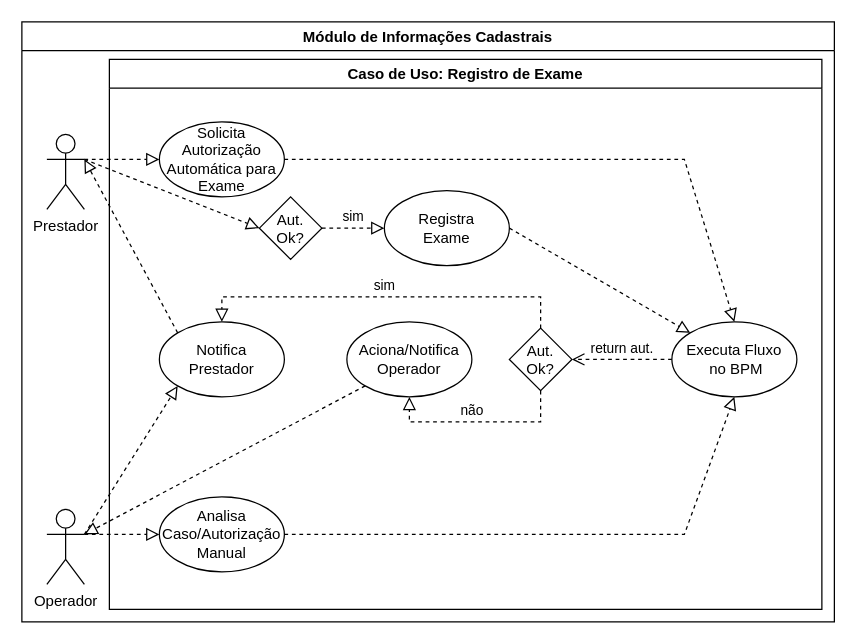
kikoluiss/tcc-puc keeps this draw.io diagram as page "Reg-Exame" (5 of 5) of PUC-GISA-M1.drawio. Above is the earlier version. Source tidied: cells renumbered, new cells numbered last; positions are measured from the earlier drawing's top-left corner, leaving out a move shared by most shapes. Both pictures are drawn from the tidied source at 125%, with x=0, y=0 at pixel (21, 21).
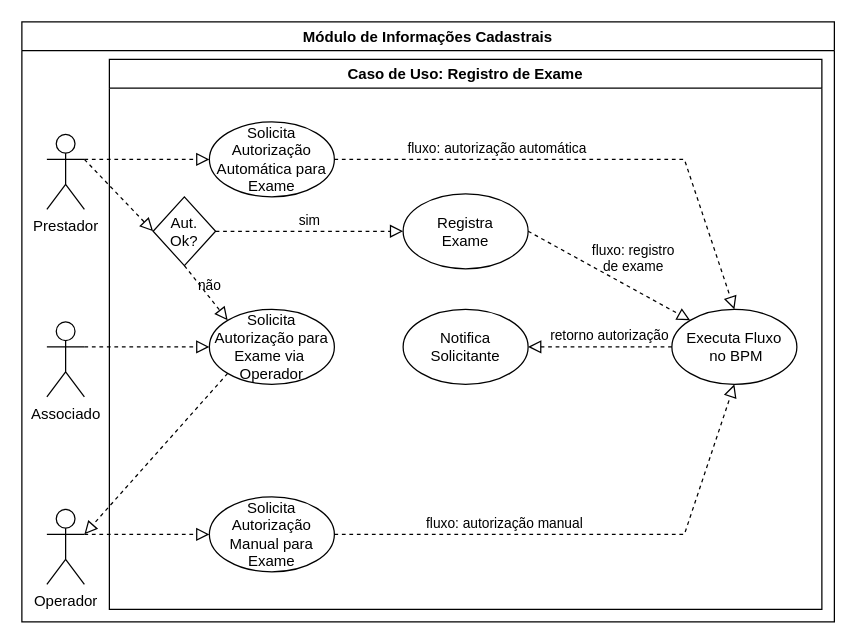
After the change.

Unchanged cells that the change refers to:
```xml
<mxCell id="2" value="Módulo de Informações Cadastrais" style="swimlane;" parent="1" vertex="1">
  <mxGeometry width="650" height="480" as="geometry" />
</mxCell>
<mxCell id="3" value="Prestador" style="shape=umlActor;verticalLabelPosition=bottom;verticalAlign=top;html=1;outlineConnect=0;" parent="2" vertex="1">
  <mxGeometry x="20" y="90" width="30" height="60" as="geometry" />
</mxCell>
<mxCell id="4" value="Caso de Uso: Registro de Exame" style="swimlane;" parent="2" vertex="1">
  <mxGeometry x="70" y="30" width="570" height="440" as="geometry" />
</mxCell>
<mxCell id="21" value="Operador" style="shape=umlActor;verticalLabelPosition=bottom;verticalAlign=top;html=1;outlineConnect=0;" parent="2" vertex="1">
  <mxGeometry x="20" y="390" width="30" height="60" as="geometry" />
</mxCell>
```

Change to the diagram source:
```diff
@@
     <mxCell id="5" value="Solicita Autorização Automática para Exame" style="ellipse;whiteSpace=wrap;html=1;align=center;newEdgeStyle={&quot;edgeStyle&quot;:&quot;entityRelationEdgeStyle&quot;,&quot;startArrow&quot;:&quot;none&quot;,&quot;endArrow&quot;:&quot;none&quot;,&quot;segment&quot;:10,&quot;curved&quot;:1};" parent="4" vertex="1">
-      <mxGeometry x="40" y="50" width="100" height="60" as="geometry" />
+      <mxGeometry x="80" y="50" width="100" height="60" as="geometry" />
     </mxCell>
     <mxCell id="6" value="Executa Fluxo&lt;br&gt;&amp;nbsp;no BPM" style="ellipse;whiteSpace=wrap;html=1;align=center;newEdgeStyle={&quot;edgeStyle&quot;:&quot;entityRelationEdgeStyle&quot;,&quot;startArrow&quot;:&quot;none&quot;,&quot;endArrow&quot;:&quot;none&quot;,&quot;segment&quot;:10,&quot;curved&quot;:1};" parent="4" vertex="1">
-      <mxGeometry x="450" y="210" width="100" height="60" as="geometry" />
+      <mxGeometry x="450" y="200" width="100" height="60" as="geometry" />
     </mxCell>
-    <mxCell id="7" value="Aut.&#10;Ok?" style="rhombus;" parent="4" vertex="1">
-      <mxGeometry x="320" y="215" width="50" height="50" as="geometry" />
-    </mxCell>
-    <mxCell id="8" style="endArrow=block;startArrow=none;endFill=0;startFill=0;endSize=8;html=1;verticalAlign=bottom;dashed=1;labelBackgroundColor=none;rounded=0;entryX=0.5;entryY=0;entryDx=0;entryDy=0;exitX=1;exitY=0.5;exitDx=0;exitDy=0;" parent="4" edge="1" source="5" target="6">
-      <mxGeometry relative="1" as="geometry">
+    <mxCell id="8" value="fluxo: autorização automática" style="endArrow=block;startArrow=none;endFill=0;startFill=0;endSize=8;html=1;verticalAlign=bottom;dashed=1;labelBackgroundColor=none;rounded=0;entryX=0.5;entryY=0;entryDx=0;entryDy=0;exitX=1;exitY=0.5;exitDx=0;exitDy=0;" parent="4" edge="1" source="5" target="6">
+      <mxGeometry x="-0.36" relative="1" as="geometry">
         <Array as="points">
           <mxPoint x="460" y="80" />
         </Array>
       </mxGeometry>
     </mxCell>
-    <mxCell id="9" value="sim" style="endArrow=block;startArrow=none;endFill=0;startFill=0;endSize=8;html=1;verticalAlign=bottom;dashed=1;labelBackgroundColor=none;rounded=0;exitX=0.5;exitY=0;exitDx=0;exitDy=0;entryX=0.5;entryY=0;entryDx=0;entryDy=0;" parent="4" edge="1" source="7" target="16">
-      <mxGeometry relative="1" as="geometry">
-        <Array as="points">
-          <mxPoint x="345" y="190" />
-          <mxPoint x="90" y="190" />
-        </Array>
-      </mxGeometry>
-    </mxCell>
-    <mxCell id="10" value="Aciona/Notifica&lt;br&gt;Operador" style="ellipse;whiteSpace=wrap;html=1;align=center;newEdgeStyle={&quot;edgeStyle&quot;:&quot;entityRelationEdgeStyle&quot;,&quot;startArrow&quot;:&quot;none&quot;,&quot;endArrow&quot;:&quot;none&quot;,&quot;segment&quot;:10,&quot;curved&quot;:1};" parent="4" vertex="1">
-      <mxGeometry x="190" y="210" width="100" height="60" as="geometry" />
-    </mxCell>
-    <mxCell id="11" value="não" style="endArrow=block;startArrow=none;endFill=0;startFill=0;endSize=8;html=1;verticalAlign=bottom;dashed=1;labelBackgroundColor=none;rounded=0;entryX=0.5;entryY=1;entryDx=0;entryDy=0;exitX=0.5;exitY=1;exitDx=0;exitDy=0;" parent="4" edge="1" source="7" target="10">
-      <mxGeometry x="0.06" relative="1" as="geometry">
-        <Array as="points">
-          <mxPoint x="345" y="290" />
-          <mxPoint x="240" y="290" />
-          <mxPoint x="240" y="270" />
-        </Array>
-      </mxGeometry>
-    </mxCell>
-    <mxCell id="12" value="return aut." style="html=1;verticalAlign=bottom;endArrow=open;dashed=1;endSize=8;rounded=0;strokeColor=default;entryX=1;entryY=0.5;entryDx=0;entryDy=0;exitX=0;exitY=0.5;exitDx=0;exitDy=0;" parent="4" edge="1" source="6" target="7">
-      <mxGeometry relative="1" as="geometry" />
-    </mxCell>
-    <mxCell id="13" value="Analisa &lt;br&gt;Caso/Autorização Manual" style="ellipse;whiteSpace=wrap;html=1;align=center;newEdgeStyle={&quot;edgeStyle&quot;:&quot;entityRelationEdgeStyle&quot;,&quot;startArrow&quot;:&quot;none&quot;,&quot;endArrow&quot;:&quot;none&quot;,&quot;segment&quot;:10,&quot;curved&quot;:1};" parent="4" vertex="1">
-      <mxGeometry x="40" y="350" width="100" height="60" as="geometry" />
-    </mxCell>
-    <mxCell id="14" style="endArrow=block;startArrow=none;endFill=0;startFill=0;endSize=8;html=1;verticalAlign=bottom;dashed=1;labelBackgroundColor=none;rounded=0;entryX=0.5;entryY=1;entryDx=0;entryDy=0;exitX=1;exitY=0.5;exitDx=0;exitDy=0;strokeColor=default;" parent="4" edge="1" source="13" target="6">
-      <mxGeometry relative="1" as="geometry">
-        <Array as="points">
-          <mxPoint x="460" y="380" />
-        </Array>
-      </mxGeometry>
-    </mxCell>
-    <mxCell id="15" value="Aut.&#10;Ok?" style="rhombus;" parent="4" vertex="1">
-      <mxGeometry x="120" y="110" width="50" height="50" as="geometry" />
-    </mxCell>
-    <mxCell id="16" value="Notifica&lt;br&gt;Prestador" style="ellipse;whiteSpace=wrap;html=1;align=center;newEdgeStyle={&quot;edgeStyle&quot;:&quot;entityRelationEdgeStyle&quot;,&quot;startArrow&quot;:&quot;none&quot;,&quot;endArrow&quot;:&quot;none&quot;,&quot;segment&quot;:10,&quot;curved&quot;:1};" parent="4" vertex="1">
-      <mxGeometry x="40" y="210" width="100" height="60" as="geometry" />
-    </mxCell>
+    <mxCell id="27" value="Solicita Autorização para Exame via&amp;nbsp;&lt;br&gt;Operador" style="ellipse;whiteSpace=wrap;html=1;align=center;newEdgeStyle={&quot;edgeStyle&quot;:&quot;entityRelationEdgeStyle&quot;,&quot;startArrow&quot;:&quot;none&quot;,&quot;endArrow&quot;:&quot;none&quot;,&quot;segment&quot;:10,&quot;curved&quot;:1};" parent="4" vertex="1">
+      <mxGeometry x="80" y="200" width="100" height="60" as="geometry" />
+    </mxCell>
+    <mxCell id="28" value="Solicita&lt;br&gt;Autorização Manual para Exame" style="ellipse;whiteSpace=wrap;html=1;align=center;newEdgeStyle={&quot;edgeStyle&quot;:&quot;entityRelationEdgeStyle&quot;,&quot;startArrow&quot;:&quot;none&quot;,&quot;endArrow&quot;:&quot;none&quot;,&quot;segment&quot;:10,&quot;curved&quot;:1};" parent="4" vertex="1">
+      <mxGeometry x="80" y="350" width="100" height="60" as="geometry" />
+    </mxCell>
+    <mxCell id="29" value="fluxo: autorização manual" style="endArrow=block;startArrow=none;endFill=0;startFill=0;endSize=8;html=1;verticalAlign=bottom;dashed=1;labelBackgroundColor=none;rounded=0;entryX=0.5;entryY=1;entryDx=0;entryDy=0;exitX=1;exitY=0.5;exitDx=0;exitDy=0;strokeColor=default;" parent="4" edge="1" source="28" target="6">
+      <mxGeometry x="-0.33" relative="1" as="geometry">
+        <Array as="points">
+          <mxPoint x="460" y="380" />
+        </Array>
+      </mxGeometry>
+    </mxCell>
+    <mxCell id="30" value="Aut.&#10;Ok?" style="rhombus;" parent="4" vertex="1">
+      <mxGeometry x="35" y="110" width="50" height="55" as="geometry" />
+    </mxCell>
     <mxCell id="17" value="Registra &lt;br&gt;Exame" style="ellipse;whiteSpace=wrap;html=1;align=center;newEdgeStyle={&quot;edgeStyle&quot;:&quot;entityRelationEdgeStyle&quot;,&quot;startArrow&quot;:&quot;none&quot;,&quot;endArrow&quot;:&quot;none&quot;,&quot;segment&quot;:10,&quot;curved&quot;:1};" parent="4" vertex="1">
-      <mxGeometry x="220" y="105" width="100" height="60" as="geometry" />
+      <mxGeometry x="235" y="107.5" width="100" height="60" as="geometry" />
     </mxCell>
-    <mxCell id="18" value="sim" style="endArrow=block;startArrow=none;endFill=0;startFill=0;endSize=8;html=1;verticalAlign=bottom;dashed=1;labelBackgroundColor=none;rounded=0;entryX=0;entryY=0.5;entryDx=0;entryDy=0;exitX=1;exitY=0.5;exitDx=0;exitDy=0;strokeColor=default;" parent="4" edge="1" source="15" target="17">
+    <mxCell id="18" value="sim" style="endArrow=block;startArrow=none;endFill=0;startFill=0;endSize=8;html=1;verticalAlign=bottom;dashed=1;labelBackgroundColor=none;rounded=0;entryX=0;entryY=0.5;entryDx=0;entryDy=0;exitX=1;exitY=0.5;exitDx=0;exitDy=0;strokeColor=default;" parent="4" edge="1" source="30" target="17">
       <mxGeometry relative="1" as="geometry" />
     </mxCell>
-    <mxCell id="19" style="endArrow=block;startArrow=none;endFill=0;startFill=0;endSize=8;html=1;verticalAlign=bottom;dashed=1;labelBackgroundColor=none;rounded=0;entryX=0;entryY=0;entryDx=0;entryDy=0;exitX=1;exitY=0.5;exitDx=0;exitDy=0;strokeColor=default;" parent="4" edge="1" source="17" target="6">
-      <mxGeometry relative="1" as="geometry" />
+    <mxCell id="19" value="fluxo:&amp;nbsp;registro&lt;br&gt;de&amp;nbsp;exame" style="endArrow=block;startArrow=none;endFill=0;startFill=0;endSize=8;html=1;verticalAlign=bottom;dashed=1;labelBackgroundColor=none;rounded=0;entryX=0;entryY=0;entryDx=0;entryDy=0;exitX=1;exitY=0.5;exitDx=0;exitDy=0;strokeColor=default;" parent="4" edge="1" source="17" target="6">
+      <mxGeometry x="0.24" y="8" relative="1" as="geometry" />
     </mxCell>
+    <mxCell id="11" value="não" style="endArrow=block;startArrow=none;endFill=0;startFill=0;endSize=8;html=1;verticalAlign=bottom;dashed=1;labelBackgroundColor=none;rounded=0;entryX=0;entryY=0;entryDx=0;entryDy=0;strokeColor=default;exitX=0.5;exitY=1;exitDx=0;exitDy=0;" parent="4" edge="1" source="30" target="27">
+      <mxGeometry x="0.15" relative="1" as="geometry" />
+    </mxCell>
+    <mxCell id="31" value="Notifica&lt;br&gt;Solicitante" style="ellipse;whiteSpace=wrap;html=1;align=center;newEdgeStyle={&quot;edgeStyle&quot;:&quot;entityRelationEdgeStyle&quot;,&quot;startArrow&quot;:&quot;none&quot;,&quot;endArrow&quot;:&quot;none&quot;,&quot;segment&quot;:10,&quot;curved&quot;:1};" parent="4" vertex="1">
+      <mxGeometry x="235" y="200" width="100" height="60" as="geometry" />
+    </mxCell>
+    <mxCell id="32" value="retorno autorização" style="endArrow=block;startArrow=none;endFill=0;startFill=0;endSize=8;html=1;verticalAlign=bottom;dashed=1;labelBackgroundColor=none;rounded=0;entryX=1;entryY=0.5;entryDx=0;entryDy=0;exitX=0;exitY=0.5;exitDx=0;exitDy=0;strokeColor=default;" parent="4" edge="1" source="6" target="31">
+      <mxGeometry x="-0.13" relative="1" as="geometry" />
+    </mxCell>
@@
-    <mxCell id="22" style="endArrow=block;startArrow=none;endFill=0;startFill=0;endSize=8;html=1;verticalAlign=bottom;dashed=1;labelBackgroundColor=none;rounded=0;exitX=0;exitY=1;exitDx=0;exitDy=0;strokeColor=default;entryX=1;entryY=0.3333333333333333;entryDx=0;entryDy=0;entryPerimeter=0;" parent="2" edge="1" source="10" target="21">
-      <mxGeometry relative="1" as="geometry" />
-    </mxCell>
-    <mxCell id="23" style="endArrow=block;startArrow=none;endFill=0;startFill=0;endSize=8;html=1;verticalAlign=bottom;dashed=1;labelBackgroundColor=none;rounded=0;entryX=0;entryY=0.5;entryDx=0;entryDy=0;exitX=1;exitY=0.3333333333333333;exitDx=0;exitDy=0;exitPerimeter=0;strokeColor=default;" parent="2" edge="1" source="21" target="13">
-      <mxGeometry relative="1" as="geometry" />
-    </mxCell>
-    <mxCell id="24" style="endArrow=block;startArrow=none;endFill=0;startFill=0;endSize=8;html=1;verticalAlign=bottom;dashed=1;labelBackgroundColor=none;rounded=0;entryX=1;entryY=0.3333333333333333;entryDx=0;entryDy=0;exitX=0;exitY=0;exitDx=0;exitDy=0;strokeColor=default;entryPerimeter=0;" parent="2" edge="1" source="16" target="3">
-      <mxGeometry relative="1" as="geometry" />
-    </mxCell>
-    <mxCell id="25" style="endArrow=block;startArrow=none;endFill=0;startFill=0;endSize=8;html=1;verticalAlign=bottom;dashed=1;labelBackgroundColor=none;rounded=0;entryX=0;entryY=1;entryDx=0;entryDy=0;exitX=1;exitY=0.3333333333333333;exitDx=0;exitDy=0;strokeColor=default;exitPerimeter=0;" parent="2" edge="1" source="21" target="16">
-      <mxGeometry relative="1" as="geometry" />
-    </mxCell>
-    <mxCell id="26" style="endArrow=block;startArrow=none;endFill=0;startFill=0;endSize=8;html=1;verticalAlign=bottom;dashed=1;labelBackgroundColor=none;rounded=0;entryX=0;entryY=0.5;entryDx=0;entryDy=0;exitX=1;exitY=0.3333333333333333;exitDx=0;exitDy=0;exitPerimeter=0;strokeColor=default;" parent="2" edge="1" source="3" target="15">
-      <mxGeometry relative="1" as="geometry" />
-    </mxCell>
+    <mxCell id="33" style="endArrow=block;startArrow=none;endFill=0;startFill=0;endSize=8;html=1;verticalAlign=bottom;dashed=1;labelBackgroundColor=none;rounded=0;exitX=0;exitY=1;exitDx=0;exitDy=0;strokeColor=default;entryX=1;entryY=0.3333333333333333;entryDx=0;entryDy=0;entryPerimeter=0;" parent="2" edge="1" source="27" target="21">
+      <mxGeometry relative="1" as="geometry" />
+    </mxCell>
+    <mxCell id="34" style="endArrow=block;startArrow=none;endFill=0;startFill=0;endSize=8;html=1;verticalAlign=bottom;dashed=1;labelBackgroundColor=none;rounded=0;entryX=0;entryY=0.5;entryDx=0;entryDy=0;exitX=1;exitY=0.3333333333333333;exitDx=0;exitDy=0;exitPerimeter=0;strokeColor=default;" parent="2" edge="1" source="21" target="28">
+      <mxGeometry relative="1" as="geometry" />
+    </mxCell>
+    <mxCell id="35" style="endArrow=block;startArrow=none;endFill=0;startFill=0;endSize=8;html=1;verticalAlign=bottom;dashed=1;labelBackgroundColor=none;rounded=0;entryX=0;entryY=0.5;entryDx=0;entryDy=0;exitX=1;exitY=0.3333333333333333;exitDx=0;exitDy=0;exitPerimeter=0;strokeColor=default;" parent="2" edge="1" source="3" target="30">
+      <mxGeometry relative="1" as="geometry" />
+    </mxCell>
+    <mxCell id="36" value="Associado" style="shape=umlActor;verticalLabelPosition=bottom;verticalAlign=top;html=1;outlineConnect=0;" parent="2" vertex="1">
+      <mxGeometry x="20" y="240" width="30" height="60" as="geometry" />
+    </mxCell>
+    <mxCell id="37" style="endArrow=block;startArrow=none;endFill=0;startFill=0;endSize=8;html=1;verticalAlign=bottom;dashed=1;labelBackgroundColor=none;rounded=0;entryX=0;entryY=0.5;entryDx=0;entryDy=0;exitX=1;exitY=0.3333333333333333;exitDx=0;exitDy=0;exitPerimeter=0;strokeColor=default;" parent="2" edge="1" source="36" target="27">
+      <mxGeometry relative="1" as="geometry" />
+    </mxCell>
```
